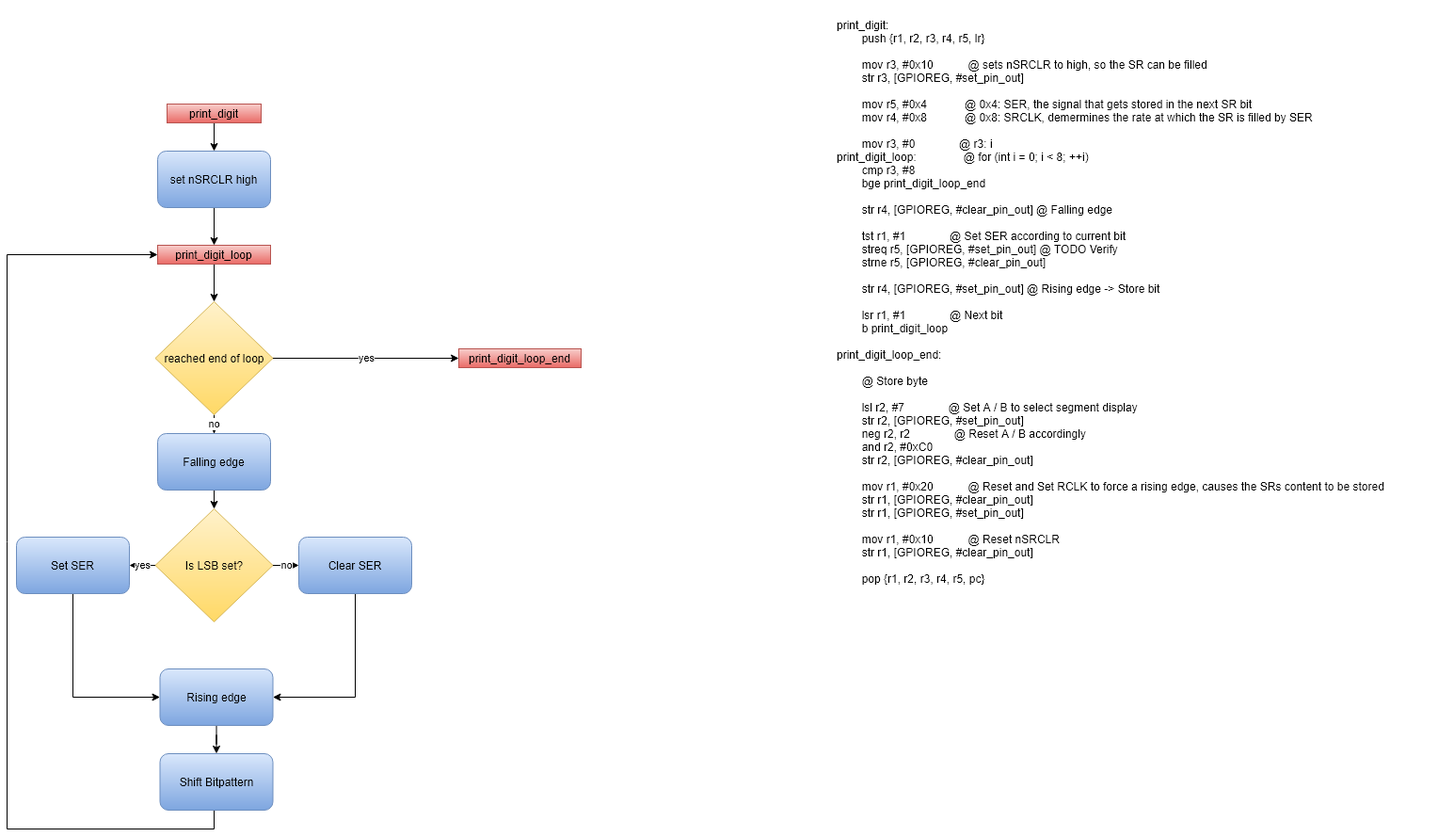
Above: diagrams/export/Programmablauf_print_digit.png in DerToaster98/SysProgTIT18 (draw.io), before the change. Source tidied: cells renumbered, new cells last; positions are measured from the earlier drawing's top-left corner, leaving out a move shared by most shapes. The source it was exported from:
```xml
<mxGraphModel>
  <root>
    <mxCell id="0" />
    <mxCell id="1" parent="0" />
    <mxCell id="2" value="&lt;div&gt;print_digit:&lt;/div&gt;&lt;div&gt;&amp;nbsp; &amp;nbsp; &amp;nbsp; &amp;nbsp; push {r1, r2, r3, r4, r5, lr}&lt;/div&gt;&lt;div&gt;&lt;br&gt;&lt;/div&gt;&lt;div&gt;&amp;nbsp; &amp;nbsp; &amp;nbsp; &amp;nbsp; mov r3, #0x10&amp;nbsp; &amp;nbsp; &amp;nbsp; &amp;nbsp; &amp;nbsp; &amp;nbsp;@ sets nSRCLR to high, so the SR can be filled&lt;/div&gt;&lt;div&gt;&amp;nbsp; &amp;nbsp; &amp;nbsp; &amp;nbsp; str r3, [GPIOREG, #set_pin_out]&lt;/div&gt;&lt;div&gt;&lt;br&gt;&lt;/div&gt;&lt;div&gt;&amp;nbsp; &amp;nbsp; &amp;nbsp; &amp;nbsp; mov r5, #0x4&amp;nbsp; &amp;nbsp; &amp;nbsp; &amp;nbsp; &amp;nbsp; &amp;nbsp; @ 0x4: SER, the signal that gets stored in the next SR bit&lt;/div&gt;&lt;div&gt;&amp;nbsp; &amp;nbsp; &amp;nbsp; &amp;nbsp; mov r4, #0x8&amp;nbsp; &amp;nbsp; &amp;nbsp; &amp;nbsp; &amp;nbsp; &amp;nbsp; @ 0x8: SRCLK, demermines the rate at which the SR is filled by SER&lt;/div&gt;&lt;div&gt;&lt;br&gt;&lt;/div&gt;&lt;div&gt;&amp;nbsp; &amp;nbsp; &amp;nbsp; &amp;nbsp; mov r3, #0&amp;nbsp; &amp;nbsp; &amp;nbsp; &amp;nbsp; &amp;nbsp; &amp;nbsp; &amp;nbsp; @ r3: i&lt;/div&gt;&lt;div&gt;print_digit_loop:&amp;nbsp; &amp;nbsp; &amp;nbsp; &amp;nbsp; &amp;nbsp; &amp;nbsp; &amp;nbsp; &amp;nbsp;@ for (int i = 0; i &amp;lt; 8; ++i)&lt;/div&gt;&lt;div&gt;&amp;nbsp; &amp;nbsp; &amp;nbsp; &amp;nbsp; cmp r3, #8&lt;/div&gt;&lt;div&gt;&amp;nbsp; &amp;nbsp; &amp;nbsp; &amp;nbsp; bge print_digit_loop_end&lt;/div&gt;&lt;div&gt;&lt;br&gt;&lt;/div&gt;&lt;div&gt;&amp;nbsp; &amp;nbsp; &amp;nbsp; &amp;nbsp; str r4, [GPIOREG, #clear_pin_out] @ Falling edge&lt;/div&gt;&lt;div&gt;&lt;br&gt;&lt;/div&gt;&lt;div&gt;&amp;nbsp; &amp;nbsp; &amp;nbsp; &amp;nbsp; tst r1, #1&amp;nbsp; &amp;nbsp; &amp;nbsp; &amp;nbsp; &amp;nbsp; &amp;nbsp; &amp;nbsp; @ Set SER according to current bit&lt;/div&gt;&lt;div&gt;&amp;nbsp; &amp;nbsp; &amp;nbsp; &amp;nbsp; streq r5, [GPIOREG, #set_pin_out] @ TODO Verify&lt;/div&gt;&lt;div&gt;&amp;nbsp; &amp;nbsp; &amp;nbsp; &amp;nbsp; strne r5, [GPIOREG, #clear_pin_out]&lt;/div&gt;&lt;div&gt;&lt;br&gt;&lt;/div&gt;&lt;div&gt;&amp;nbsp; &amp;nbsp; &amp;nbsp; &amp;nbsp; str r4, [GPIOREG, #set_pin_out] @ Rising edge -&amp;gt; Store bit&lt;/div&gt;&lt;div&gt;&lt;br&gt;&lt;/div&gt;&lt;div&gt;&amp;nbsp; &amp;nbsp; &amp;nbsp; &amp;nbsp; lsr r1, #1&amp;nbsp; &amp;nbsp; &amp;nbsp; &amp;nbsp; &amp;nbsp; &amp;nbsp; &amp;nbsp; @ Next bit&lt;/div&gt;&lt;div&gt;&amp;nbsp; &amp;nbsp; &amp;nbsp; &amp;nbsp; b print_digit_loop&lt;/div&gt;&lt;div&gt;&lt;br&gt;&lt;/div&gt;&lt;div&gt;print_digit_loop_end:&lt;/div&gt;&lt;div&gt;&lt;br&gt;&lt;/div&gt;&lt;div&gt;&amp;nbsp; &amp;nbsp; &amp;nbsp; &amp;nbsp; @ Store byte&lt;/div&gt;&lt;div&gt;&lt;br&gt;&lt;/div&gt;&lt;div&gt;&amp;nbsp; &amp;nbsp; &amp;nbsp; &amp;nbsp; lsl r2, #7&amp;nbsp; &amp;nbsp; &amp;nbsp; &amp;nbsp; &amp;nbsp; &amp;nbsp; &amp;nbsp; @ Set A / B to select segment display&lt;/div&gt;&lt;div&gt;&amp;nbsp; &amp;nbsp; &amp;nbsp; &amp;nbsp; str r2, [GPIOREG, #set_pin_out]&lt;/div&gt;&lt;div&gt;&amp;nbsp; &amp;nbsp; &amp;nbsp; &amp;nbsp; neg r2, r2&amp;nbsp; &amp;nbsp; &amp;nbsp; &amp;nbsp; &amp;nbsp; &amp;nbsp; &amp;nbsp; @ Reset A / B accordingly&lt;/div&gt;&lt;div&gt;&amp;nbsp; &amp;nbsp; &amp;nbsp; &amp;nbsp; and r2, #0xC0&lt;/div&gt;&lt;div&gt;&amp;nbsp; &amp;nbsp; &amp;nbsp; &amp;nbsp; str r2, [GPIOREG, #clear_pin_out]&lt;/div&gt;&lt;div&gt;&lt;br&gt;&lt;/div&gt;&lt;div&gt;&amp;nbsp; &amp;nbsp; &amp;nbsp; &amp;nbsp; mov r1, #0x20&amp;nbsp; &amp;nbsp; &amp;nbsp; &amp;nbsp; &amp;nbsp; &amp;nbsp;@ Reset and Set RCLK to force a rising edge, causes the SRs content to be stored&lt;/div&gt;&lt;div&gt;&amp;nbsp; &amp;nbsp; &amp;nbsp; &amp;nbsp; str r1, [GPIOREG, #clear_pin_out]&lt;/div&gt;&lt;div&gt;&amp;nbsp; &amp;nbsp; &amp;nbsp; &amp;nbsp; str r1, [GPIOREG, #set_pin_out]&lt;/div&gt;&lt;div&gt;&lt;br&gt;&lt;/div&gt;&lt;div&gt;&amp;nbsp; &amp;nbsp; &amp;nbsp; &amp;nbsp; mov r1, #0x10&amp;nbsp; &amp;nbsp; &amp;nbsp; &amp;nbsp; &amp;nbsp; &amp;nbsp;@ Reset nSRCLR&lt;/div&gt;&lt;div&gt;&amp;nbsp; &amp;nbsp; &amp;nbsp; &amp;nbsp; str r1, [GPIOREG, #clear_pin_out]&lt;/div&gt;&lt;div&gt;&lt;br&gt;&lt;/div&gt;&lt;div&gt;&amp;nbsp; &amp;nbsp; &amp;nbsp; &amp;nbsp; pop {r1, r2, r3, r4, r5, pc}&lt;/div&gt;" style="text;html=1;strokeColor=none;fillColor=none;align=left;verticalAlign=middle;whiteSpace=wrap;rounded=0;" parent="1" vertex="1">
      <mxGeometry x="880" width="640" height="640" as="geometry" />
    </mxCell>
    <mxCell id="3" style="edgeStyle=orthogonalEdgeStyle;rounded=0;jettySize=auto;html=1;exitX=0.5;exitY=1;exitDx=0;exitDy=0;entryX=0.5;entryY=0;entryDx=0;entryDy=0;" parent="1" edge="1" source="4" target="6">
      <mxGeometry relative="1" as="geometry" />
    </mxCell>
    <mxCell id="4" value="print_digit" style="text;html=1;strokeColor=#b85450;fillColor=#f8cecc;align=center;verticalAlign=middle;whiteSpace=wrap;rounded=0;gradientColor=#ea6b66;" parent="1" vertex="1">
      <mxGeometry x="170" y="110" width="100" height="20" as="geometry" />
    </mxCell>
    <mxCell id="5" style="edgeStyle=orthogonalEdgeStyle;rounded=0;jettySize=auto;html=1;exitX=0.5;exitY=1;exitDx=0;exitDy=0;entryX=0.5;entryY=0;entryDx=0;entryDy=0;" parent="1" edge="1" source="6" target="8">
      <mxGeometry relative="1" as="geometry" />
    </mxCell>
    <mxCell id="6" value="set nSRCLR high" style="rounded=1;whiteSpace=wrap;html=1;gradientColor=#7ea6e0;fillColor=#dae8fc;strokeColor=#6c8ebf;" parent="1" vertex="1">
      <mxGeometry x="160" y="160" width="120" height="60" as="geometry" />
    </mxCell>
    <mxCell id="7" style="edgeStyle=orthogonalEdgeStyle;rounded=0;jettySize=auto;html=1;exitX=0.5;exitY=1;exitDx=0;exitDy=0;entryX=0.5;entryY=0;entryDx=0;entryDy=0;" parent="1" edge="1" source="8" target="11">
      <mxGeometry relative="1" as="geometry" />
    </mxCell>
    <mxCell id="8" value="print_digit_loop" style="text;html=1;strokeColor=#b85450;fillColor=#f8cecc;align=center;verticalAlign=middle;whiteSpace=wrap;rounded=0;gradientColor=#ea6b66;" parent="1" vertex="1">
      <mxGeometry x="160" y="260" width="120" height="20" as="geometry" />
    </mxCell>
    <mxCell id="9" value="yes" style="edgeStyle=orthogonalEdgeStyle;rounded=0;jettySize=auto;html=1;exitX=1;exitY=0.5;exitDx=0;exitDy=0;entryX=0;entryY=0.5;entryDx=0;entryDy=0;" parent="1" edge="1" source="11" target="12">
      <mxGeometry relative="1" as="geometry" />
    </mxCell>
    <mxCell id="10" value="no" style="edgeStyle=orthogonalEdgeStyle;rounded=0;jettySize=auto;html=1;exitX=0.5;exitY=1;exitDx=0;exitDy=0;" parent="1" edge="1" source="11" target="17">
      <mxGeometry relative="1" as="geometry" />
    </mxCell>
    <mxCell id="11" value="reached end of loop" style="rhombus;whiteSpace=wrap;html=1;gradientColor=#ffd966;fillColor=#fff2cc;strokeColor=#d6b656;" parent="1" vertex="1">
      <mxGeometry x="157.5" y="320" width="125" height="120" as="geometry" />
    </mxCell>
    <mxCell id="12" value="print_digit_loop_end" style="text;html=1;strokeColor=#b85450;fillColor=#f8cecc;align=center;verticalAlign=middle;whiteSpace=wrap;rounded=0;gradientColor=#ea6b66;" parent="1" vertex="1">
      <mxGeometry x="480" y="370" width="130" height="20" as="geometry" />
    </mxCell>
    <mxCell id="13" value="no" style="edgeStyle=orthogonalEdgeStyle;rounded=0;jettySize=auto;html=1;exitX=1;exitY=0.5;exitDx=0;exitDy=0;entryX=0;entryY=0.5;entryDx=0;entryDy=0;" parent="1" edge="1" source="15" target="21">
      <mxGeometry relative="1" as="geometry" />
    </mxCell>
    <mxCell id="14" value="yes" style="edgeStyle=orthogonalEdgeStyle;rounded=0;jettySize=auto;html=1;entryX=1;entryY=0.5;entryDx=0;entryDy=0;" parent="1" edge="1" source="15" target="19">
      <mxGeometry relative="1" as="geometry" />
    </mxCell>
    <mxCell id="15" value="Is LSB set?" style="rhombus;whiteSpace=wrap;html=1;gradientColor=#ffd966;fillColor=#fff2cc;strokeColor=#d6b656;" parent="1" vertex="1">
      <mxGeometry x="157.5" y="540" width="125" height="120" as="geometry" />
    </mxCell>
    <mxCell id="16" style="edgeStyle=orthogonalEdgeStyle;rounded=0;jettySize=auto;html=1;exitX=0.5;exitY=1;exitDx=0;exitDy=0;entryX=0.5;entryY=0;entryDx=0;entryDy=0;" parent="1" edge="1" source="17" target="15">
      <mxGeometry relative="1" as="geometry" />
    </mxCell>
    <mxCell id="17" value="Falling edge" style="rounded=1;whiteSpace=wrap;html=1;gradientColor=#7ea6e0;fillColor=#dae8fc;strokeColor=#6c8ebf;" parent="1" vertex="1">
      <mxGeometry x="160" y="460" width="120" height="60" as="geometry" />
    </mxCell>
    <mxCell id="18" style="edgeStyle=orthogonalEdgeStyle;rounded=0;jettySize=auto;html=1;exitX=0.5;exitY=1;exitDx=0;exitDy=0;entryX=0;entryY=0.5;entryDx=0;entryDy=0;" parent="1" edge="1" source="19" target="24">
      <mxGeometry relative="1" as="geometry" />
    </mxCell>
    <mxCell id="19" value="Set SER" style="rounded=1;whiteSpace=wrap;html=1;gradientColor=#7ea6e0;fillColor=#dae8fc;strokeColor=#6c8ebf;" parent="1" vertex="1">
      <mxGeometry x="10" y="570" width="120" height="60" as="geometry" />
    </mxCell>
    <mxCell id="20" style="edgeStyle=orthogonalEdgeStyle;rounded=0;jettySize=auto;html=1;entryX=1;entryY=0.5;entryDx=0;entryDy=0;" parent="1" edge="1" source="21" target="24">
      <mxGeometry relative="1" as="geometry">
        <Array as="points">
          <mxPoint x="370" y="740" />
        </Array>
      </mxGeometry>
    </mxCell>
    <mxCell id="21" value="Clear SER" style="rounded=1;whiteSpace=wrap;html=1;gradientColor=#7ea6e0;fillColor=#dae8fc;strokeColor=#6c8ebf;" parent="1" vertex="1">
      <mxGeometry x="310" y="570" width="120" height="60" as="geometry" />
    </mxCell>
    <mxCell id="22" style="edgeStyle=orthogonalEdgeStyle;rounded=0;jettySize=auto;html=1;entryX=0;entryY=0.5;entryDx=0;entryDy=0;exitX=0.5;exitY=1;exitDx=0;exitDy=0;" parent="1" edge="1" source="25" target="8">
      <mxGeometry relative="1" as="geometry">
        <Array as="points">
          <mxPoint x="220" y="880" />
          <mxPoint y="880" />
          <mxPoint y="270" />
        </Array>
      </mxGeometry>
    </mxCell>
    <mxCell id="23" style="edgeStyle=orthogonalEdgeStyle;rounded=0;jettySize=auto;html=1;" parent="1" edge="1" source="24" target="25">
      <mxGeometry relative="1" as="geometry" />
    </mxCell>
    <mxCell id="24" value="Rising edge" style="rounded=1;whiteSpace=wrap;html=1;gradientColor=#7ea6e0;fillColor=#dae8fc;strokeColor=#6c8ebf;" parent="1" vertex="1">
      <mxGeometry x="162.5" y="710" width="120" height="60" as="geometry" />
    </mxCell>
    <mxCell id="25" value="Shift Bitpattern" style="rounded=1;whiteSpace=wrap;html=1;fillColor=#dae8fc;strokeColor=#6c8ebf;gradientColor=#7ea6e0;" parent="1" vertex="1">
      <mxGeometry x="162.5" y="800" width="120" height="60" as="geometry" />
    </mxCell>
  </root>
</mxGraphModel>
```
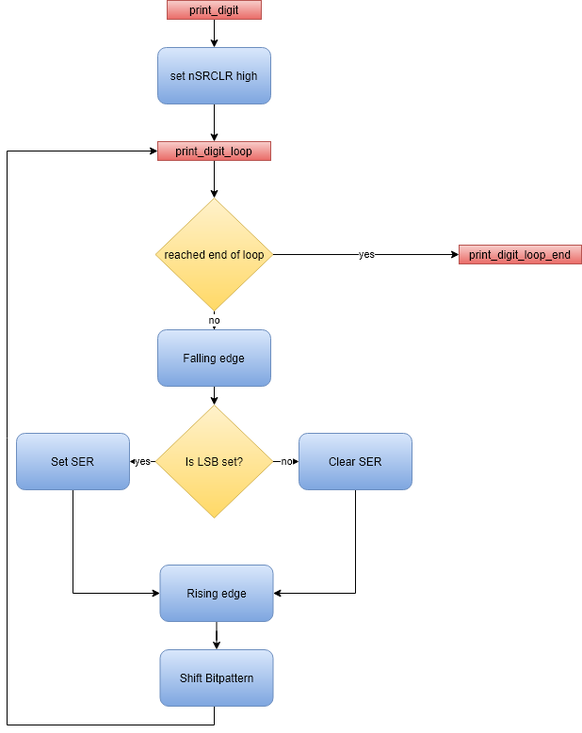
The same diagram one commit later.

Diff of the diagram source:
```diff
@@ -2,9 +2,6 @@
   <root>
     <mxCell id="0" />
     <mxCell id="1" parent="0" />
-    <mxCell id="2" value="&lt;div&gt;print_digit:&lt;/div&gt;&lt;div&gt;&amp;nbsp; &amp;nbsp; &amp;nbsp; &amp;nbsp; push {r1, r2, r3, r4, r5, lr}&lt;/div&gt;&lt;div&gt;&lt;br&gt;&lt;/div&gt;&lt;div&gt;&amp;nbsp; &amp;nbsp; &amp;nbsp; &amp;nbsp; mov r3, #0x10&amp;nbsp; &amp;nbsp; &amp;nbsp; &amp;nbsp; &amp;nbsp; &amp;nbsp;@ sets nSRCLR to high, so the SR can be filled&lt;/div&gt;&lt;div&gt;&amp;nbsp; &amp;nbsp; &amp;nbsp; &amp;nbsp; str r3, [GPIOREG, #set_pin_out]&lt;/div&gt;&lt;div&gt;&lt;br&gt;&lt;/div&gt;&lt;div&gt;&amp;nbsp; &amp;nbsp; &amp;nbsp; &amp;nbsp; mov r5, #0x4&amp;nbsp; &amp;nbsp; &amp;nbsp; &amp;nbsp; &amp;nbsp; &amp;nbsp; @ 0x4: SER, the signal that gets stored in the next SR bit&lt;/div&gt;&lt;div&gt;&amp;nbsp; &amp;nbsp; &amp;nbsp; &amp;nbsp; mov r4, #0x8&amp;nbsp; &amp;nbsp; &amp;nbsp; &amp;nbsp; &amp;nbsp; &amp;nbsp; @ 0x8: SRCLK, demermines the rate at which the SR is filled by SER&lt;/div&gt;&lt;div&gt;&lt;br&gt;&lt;/div&gt;&lt;div&gt;&amp;nbsp; &amp;nbsp; &amp;nbsp; &amp;nbsp; mov r3, #0&amp;nbsp; &amp;nbsp; &amp;nbsp; &amp;nbsp; &amp;nbsp; &amp;nbsp; &amp;nbsp; @ r3: i&lt;/div&gt;&lt;div&gt;print_digit_loop:&amp;nbsp; &amp;nbsp; &amp;nbsp; &amp;nbsp; &amp;nbsp; &amp;nbsp; &amp;nbsp; &amp;nbsp;@ for (int i = 0; i &amp;lt; 8; ++i)&lt;/div&gt;&lt;div&gt;&amp;nbsp; &amp;nbsp; &amp;nbsp; &amp;nbsp; cmp r3, #8&lt;/div&gt;&lt;div&gt;&amp;nbsp; &amp;nbsp; &amp;nbsp; &amp;nbsp; bge print_digit_loop_end&lt;/div&gt;&lt;div&gt;&lt;br&gt;&lt;/div&gt;&lt;div&gt;&amp;nbsp; &amp;nbsp; &amp;nbsp; &amp;nbsp; str r4, [GPIOREG, #clear_pin_out] @ Falling edge&lt;/div&gt;&lt;div&gt;&lt;br&gt;&lt;/div&gt;&lt;div&gt;&amp;nbsp; &amp;nbsp; &amp;nbsp; &amp;nbsp; tst r1, #1&amp;nbsp; &amp;nbsp; &amp;nbsp; &amp;nbsp; &amp;nbsp; &amp;nbsp; &amp;nbsp; @ Set SER according to current bit&lt;/div&gt;&lt;div&gt;&amp;nbsp; &amp;nbsp; &amp;nbsp; &amp;nbsp; streq r5, [GPIOREG, #set_pin_out] @ TODO Verify&lt;/div&gt;&lt;div&gt;&amp;nbsp; &amp;nbsp; &amp;nbsp; &amp;nbsp; strne r5, [GPIOREG, #clear_pin_out]&lt;/div&gt;&lt;div&gt;&lt;br&gt;&lt;/div&gt;&lt;div&gt;&amp;nbsp; &amp;nbsp; &amp;nbsp; &amp;nbsp; str r4, [GPIOREG, #set_pin_out] @ Rising edge -&amp;gt; Store bit&lt;/div&gt;&lt;div&gt;&lt;br&gt;&lt;/div&gt;&lt;div&gt;&amp;nbsp; &amp;nbsp; &amp;nbsp; &amp;nbsp; lsr r1, #1&amp;nbsp; &amp;nbsp; &amp;nbsp; &amp;nbsp; &amp;nbsp; &amp;nbsp; &amp;nbsp; @ Next bit&lt;/div&gt;&lt;div&gt;&amp;nbsp; &amp;nbsp; &amp;nbsp; &amp;nbsp; b print_digit_loop&lt;/div&gt;&lt;div&gt;&lt;br&gt;&lt;/div&gt;&lt;div&gt;print_digit_loop_end:&lt;/div&gt;&lt;div&gt;&lt;br&gt;&lt;/div&gt;&lt;div&gt;&amp;nbsp; &amp;nbsp; &amp;nbsp; &amp;nbsp; @ Store byte&lt;/div&gt;&lt;div&gt;&lt;br&gt;&lt;/div&gt;&lt;div&gt;&amp;nbsp; &amp;nbsp; &amp;nbsp; &amp;nbsp; lsl r2, #7&amp;nbsp; &amp;nbsp; &amp;nbsp; &amp;nbsp; &amp;nbsp; &amp;nbsp; &amp;nbsp; @ Set A / B to select segment display&lt;/div&gt;&lt;div&gt;&amp;nbsp; &amp;nbsp; &amp;nbsp; &amp;nbsp; str r2, [GPIOREG, #set_pin_out]&lt;/div&gt;&lt;div&gt;&amp;nbsp; &amp;nbsp; &amp;nbsp; &amp;nbsp; neg r2, r2&amp;nbsp; &amp;nbsp; &amp;nbsp; &amp;nbsp; &amp;nbsp; &amp;nbsp; &amp;nbsp; @ Reset A / B accordingly&lt;/div&gt;&lt;div&gt;&amp;nbsp; &amp;nbsp; &amp;nbsp; &amp;nbsp; and r2, #0xC0&lt;/div&gt;&lt;div&gt;&amp;nbsp; &amp;nbsp; &amp;nbsp; &amp;nbsp; str r2, [GPIOREG, #clear_pin_out]&lt;/div&gt;&lt;div&gt;&lt;br&gt;&lt;/div&gt;&lt;div&gt;&amp;nbsp; &amp;nbsp; &amp;nbsp; &amp;nbsp; mov r1, #0x20&amp;nbsp; &amp;nbsp; &amp;nbsp; &amp;nbsp; &amp;nbsp; &amp;nbsp;@ Reset and Set RCLK to force a rising edge, causes the SRs content to be stored&lt;/div&gt;&lt;div&gt;&amp;nbsp; &amp;nbsp; &amp;nbsp; &amp;nbsp; str r1, [GPIOREG, #clear_pin_out]&lt;/div&gt;&lt;div&gt;&amp;nbsp; &amp;nbsp; &amp;nbsp; &amp;nbsp; str r1, [GPIOREG, #set_pin_out]&lt;/div&gt;&lt;div&gt;&lt;br&gt;&lt;/div&gt;&lt;div&gt;&amp;nbsp; &amp;nbsp; &amp;nbsp; &amp;nbsp; mov r1, #0x10&amp;nbsp; &amp;nbsp; &amp;nbsp; &amp;nbsp; &amp;nbsp; &amp;nbsp;@ Reset nSRCLR&lt;/div&gt;&lt;div&gt;&amp;nbsp; &amp;nbsp; &amp;nbsp; &amp;nbsp; str r1, [GPIOREG, #clear_pin_out]&lt;/div&gt;&lt;div&gt;&lt;br&gt;&lt;/div&gt;&lt;div&gt;&amp;nbsp; &amp;nbsp; &amp;nbsp; &amp;nbsp; pop {r1, r2, r3, r4, r5, pc}&lt;/div&gt;" style="text;html=1;strokeColor=none;fillColor=none;align=left;verticalAlign=middle;whiteSpace=wrap;rounded=0;" parent="1" vertex="1">
-      <mxGeometry x="880" width="640" height="640" as="geometry" />
-    </mxCell>
     <mxCell id="3" style="edgeStyle=orthogonalEdgeStyle;rounded=0;jettySize=auto;html=1;exitX=0.5;exitY=1;exitDx=0;exitDy=0;entryX=0.5;entryY=0;entryDx=0;entryDy=0;" parent="1" edge="1" source="4" target="6">
       <mxGeometry relative="1" as="geometry" />
     </mxCell>
```
